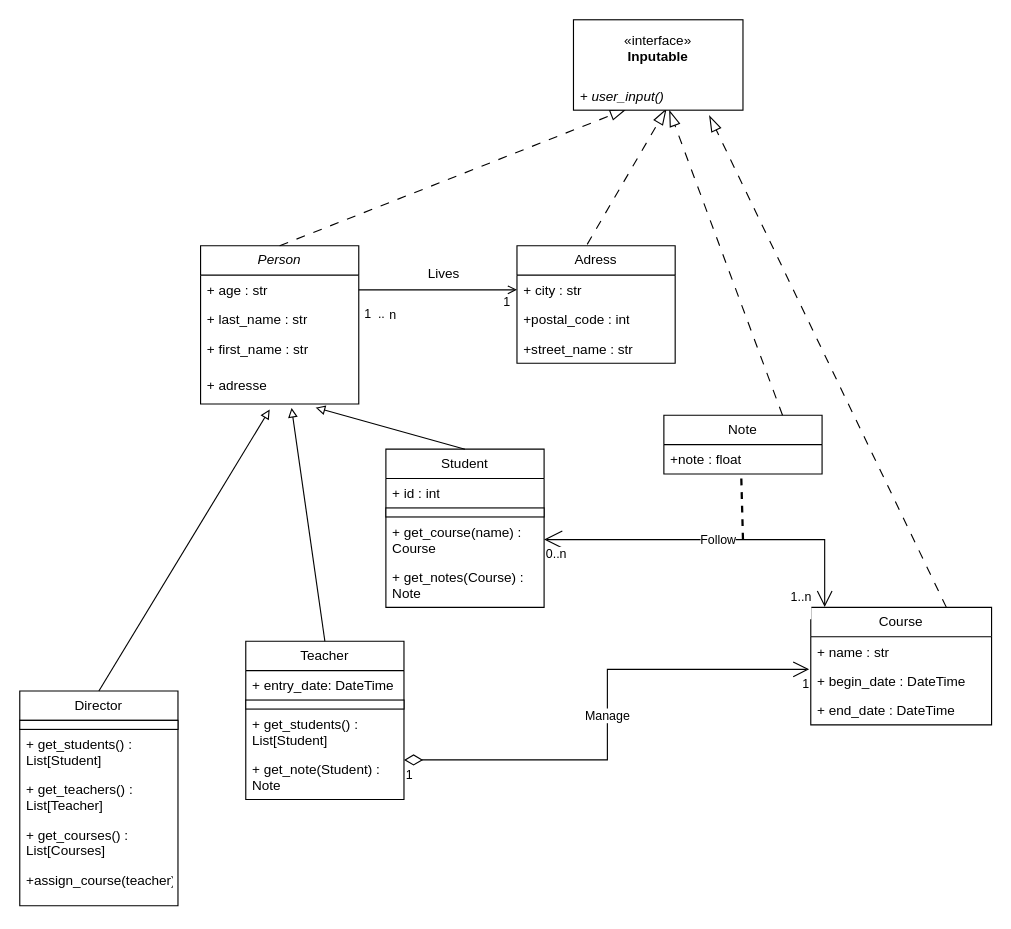
Before: gestion_ecole.drawio in johandeschamps/gestion_ecole, a draw.io diagram. Source tidied: cells renumbered, new cells numbered last; positions are measured from the earlier drawing's top-left corner, leaving out a move shared by most shapes. Both pictures are drawn from the tidied source at 113%, with x=0, y=0 at pixel (19, 19).
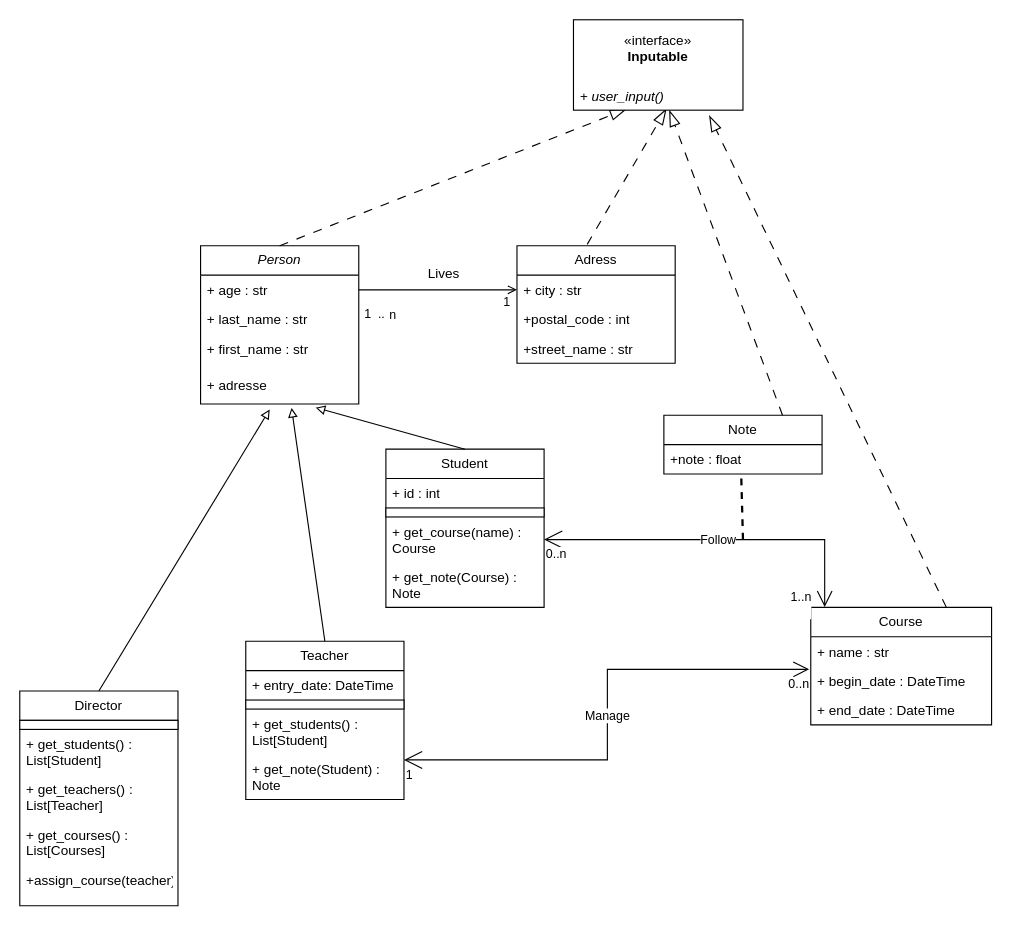
After the change.

The change refers to these unchanged cells:
```xml
<mxCell id="17" value="Student" style="swimlane;fontStyle=0;horizontal=1;startSize=26;fillColor=none;whiteSpace=wrap;html=1;" parent="1" vertex="1">
  <mxGeometry x="324" y="380" width="140" height="140" as="geometry" />
</mxCell>
<mxCell id="23" value="Teacher" style="swimlane;fontStyle=0;horizontal=1;startSize=26;fillColor=none;whiteSpace=wrap;html=1;" parent="1" vertex="1">
  <mxGeometry x="200" y="550" width="140" height="140" as="geometry" />
</mxCell>
<mxCell id="38" value="+ begin_date : DateTime" style="text;strokeColor=none;fillColor=none;align=left;verticalAlign=top;spacingLeft=4;spacingRight=4;overflow=hidden;points=[[0,0.5],[1,0.5]];portConstraint=eastwest;whiteSpace=wrap;html=1;" parent="36" vertex="1">
  <mxGeometry y="52" width="160" height="26" as="geometry" />
</mxCell>
```

Change to the diagram source:
```diff
@@
-    <mxCell id="21" value="+ get_notes(Course) : Note" style="text;strokeColor=none;fillColor=none;align=left;verticalAlign=top;spacingLeft=4;spacingRight=4;overflow=hidden;whiteSpace=wrap;html=1;" parent="17" vertex="1">
+    <mxCell id="21" value="+ get_note(Course) : Note" style="text;strokeColor=none;fillColor=none;align=left;verticalAlign=top;spacingLeft=4;spacingRight=4;overflow=hidden;whiteSpace=wrap;html=1;" parent="17" vertex="1">
       <mxGeometry y="100" width="140" height="40" as="geometry" />
     </mxCell>
@@
-    <mxCell id="42" value="Manage" style="endArrow=open;html=1;endSize=12;startArrow=diamondThin;startSize=14;startFill=0;edgeStyle=orthogonalEdgeStyle;rounded=0;exitX=1;exitY=0.75;exitDx=0;exitDy=0;entryX=-0.009;entryY=0.11;entryDx=0;entryDy=0;entryPerimeter=0;" parent="1" edge="1" source="23" target="38">
+    <mxCell id="42" value="Manage" style="endArrow=open;html=1;endSize=12;startArrow=open;startSize=14;startFill=0;edgeStyle=orthogonalEdgeStyle;rounded=0;exitX=1;exitY=0.75;exitDx=0;exitDy=0;entryX=-0.009;entryY=0.11;entryDx=0;entryDy=0;entryPerimeter=0;" parent="1" edge="1" source="23" target="38">
       <mxGeometry relative="1" as="geometry" />
     </mxCell>
@@
-    <mxCell id="44" value="1" style="edgeLabel;html=1;align=right;verticalAlign=top;" parent="42" vertex="1">
+    <mxCell id="44" value="0..n" style="edgeLabel;html=1;align=right;verticalAlign=top;" parent="42" vertex="1">
       <mxGeometry x="1" relative="1" as="geometry" />
     </mxCell>
```
